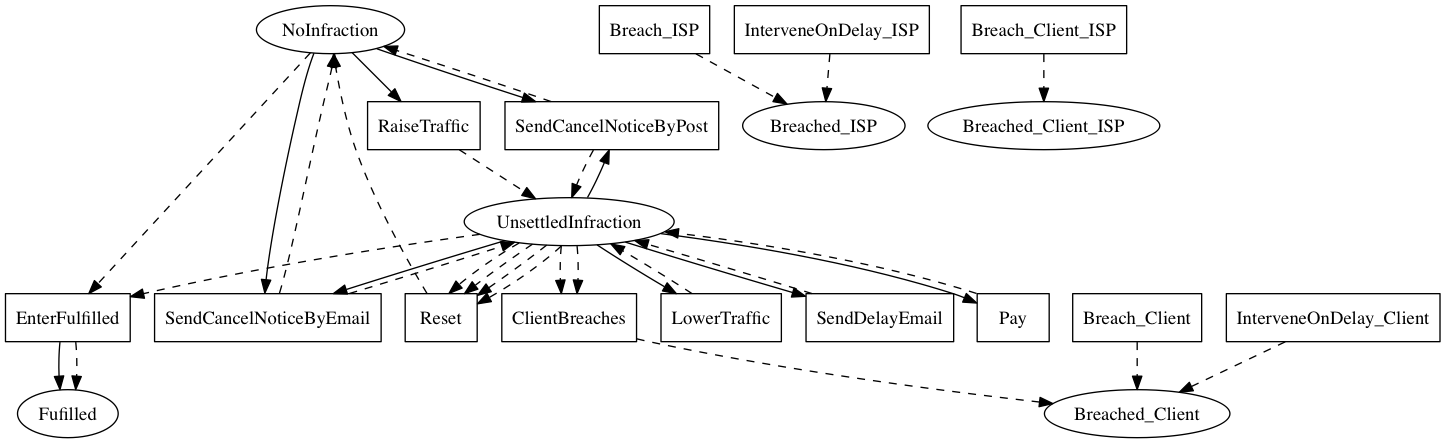
This is linear_state_machine_language/pyL4/examples/out_graphviz/from_academic_lit/prisacariu_schneider_abdelsadiq_Internet_provision_with_renew.png from Marcao02/complaw-deeptech, a Graphviz export, as it was before one commit. Its source is kept beside it as linear_state_machine_language/pyL4/examples/out_graphviz/from_academic_lit/prisacariu_schneider_abdelsadiq_Internet_provision_with_renew.dot.
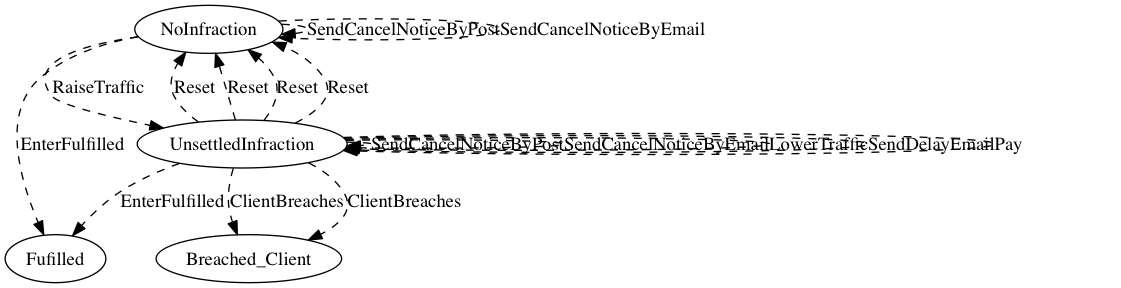
Later version of the same file.

What changed in the source:
```diff
@@ -2,63 +2,31 @@
 digraph PS_Internet_Provision {
     Fulfilled[label=Fufilled];
     NoInfraction[label=NoInfraction];
-	UnsettledInfraction[label=UnsettledInfraction];
-	Breached_ISP[label=Breached_ISP];
-	Breached_Client[label=Breached_Client];
-	Breached_Client_ISP[label=Breached_Client_ISP]
-
-    EnterFulfilled[label=EnterFufilled,shape=box];
-    SendCancelNoticeByPost[label=SendCancelNoticeByPost,shape=box];
-	SendCancelNoticeByEmail[label=SendCancelNoticeByEmail,shape=box];
-	Reset[label=Reset,shape=box];
-	RaiseTraffic[label=RaiseTraffic,shape=box];
-	LowerTraffic[label=LowerTraffic,shape=box];
-	SendDelayEmail[label=SendDelayEmail,shape=box];
-	Pay[label=Pay,shape=box];
-	ClientBreaches[label=ClientBreaches,shape=box];
-	EnterFulfilled[label=EnterFulfilled,shape=box];
-	Breach_ISP[label=Breach_ISP,shape=box];
-	Breach_Client[label=Breach_Client,shape=box];
-	Breach_Client_ISP[label=Breach_Client_ISP,shape=box];
-	InterveneOnDelay_ISP[label=InterveneOnDelay_ISP,shape=box];
-	InterveneOnDelay_Client[label=InterveneOnDelay_Client,shape=box]
-
-    EnterFulfilled -> Fulfilled;
-
-    NoInfraction -> RaiseTraffic;
-	NoInfraction -> EnterFulfilled [style=dashed];
-	NoInfraction -> SendCancelNoticeByPost;
-	NoInfraction -> SendCancelNoticeByEmail;
-	UnsettledInfraction -> SendCancelNoticeByPost;
-	UnsettledInfraction -> SendCancelNoticeByEmail;
-	UnsettledInfraction -> LowerTraffic;
-	UnsettledInfraction -> SendDelayEmail;
-	UnsettledInfraction -> Pay;
-	UnsettledInfraction -> Reset [style=dashed];
-	UnsettledInfraction -> ClientBreaches [style=dashed];
-	UnsettledInfraction -> Reset [style=dashed];
-	UnsettledInfraction -> Reset [style=dashed];
-	UnsettledInfraction -> Reset [style=dashed];
-	UnsettledInfraction -> ClientBreaches [style=dashed];
-	UnsettledInfraction -> EnterFulfilled [style=dashed]
-
-    Reset -> NoInfraction [style=dashed];
-	RaiseTraffic -> UnsettledInfraction [style=dashed];
-	LowerTraffic -> UnsettledInfraction [style=dashed];
-	Pay -> UnsettledInfraction [style=dashed];
-	ClientBreaches -> Breached_Client [style=dashed];
-	EnterFulfilled -> Fulfilled [style=dashed];
-	Breach_ISP -> Breached_ISP [style=dashed];
-	Breach_Client -> Breached_Client [style=dashed];
-	Breach_Client_ISP -> Breached_Client_ISP [style=dashed];
-	InterveneOnDelay_ISP -> Breached_ISP [style=dashed];
-	InterveneOnDelay_Client -> Breached_Client [style=dashed];
+	UnsettledInfraction[label=UnsettledInfraction]
 
 
-    SendCancelNoticeByPost -> NoInfraction [style=dashed];
-	SendCancelNoticeByEmail -> NoInfraction [style=dashed];
-	SendCancelNoticeByPost -> UnsettledInfraction [style=dashed];
-	SendCancelNoticeByEmail -> UnsettledInfraction [style=dashed];
-	SendDelayEmail -> UnsettledInfraction [style=dashed];
+
+
+
+
+
+    NoInfraction -> UnsettledInfraction [style=dashed,label=RaiseTraffic];
+	NoInfraction -> Fulfilled [style=dashed,label=EnterFulfilled];
+	UnsettledInfraction -> NoInfraction [style=dashed,label=Reset];
+	UnsettledInfraction -> Breached_Client [style=dashed,label=ClientBreaches];
+	UnsettledInfraction -> NoInfraction [style=dashed,label=Reset];
+	UnsettledInfraction -> NoInfraction [style=dashed,label=Reset];
+	UnsettledInfraction -> NoInfraction [style=dashed,label=Reset];
+	UnsettledInfraction -> Breached_Client [style=dashed,label=ClientBreaches];
+	UnsettledInfraction -> Fulfilled [style=dashed,label=EnterFulfilled];
+
+
+    NoInfraction -> NoInfraction [style=dashed,label=SendCancelNoticeByPost];
+	NoInfraction -> NoInfraction [style=dashed,label=SendCancelNoticeByEmail];
+	UnsettledInfraction -> UnsettledInfraction [style=dashed,label=SendCancelNoticeByPost];
+	UnsettledInfraction -> UnsettledInfraction [style=dashed,label=SendCancelNoticeByEmail];
+	UnsettledInfraction -> UnsettledInfraction [style=dashed,label=LowerTraffic];
+	UnsettledInfraction -> UnsettledInfraction [style=dashed,label=SendDelayEmail];
+	UnsettledInfraction -> UnsettledInfraction [style=dashed,label=Pay];
 
 }
```
